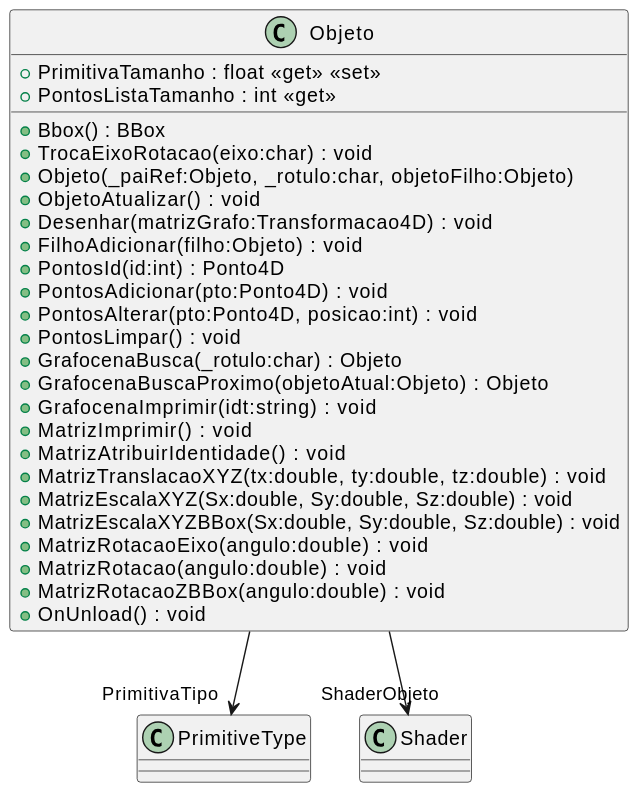
This is Unidade3/CG_N3_Exemplo/svg/plantuml/Objeto.svg from dalton-reis/CG_2024_1, a PlantUML export, as it was before one commit.
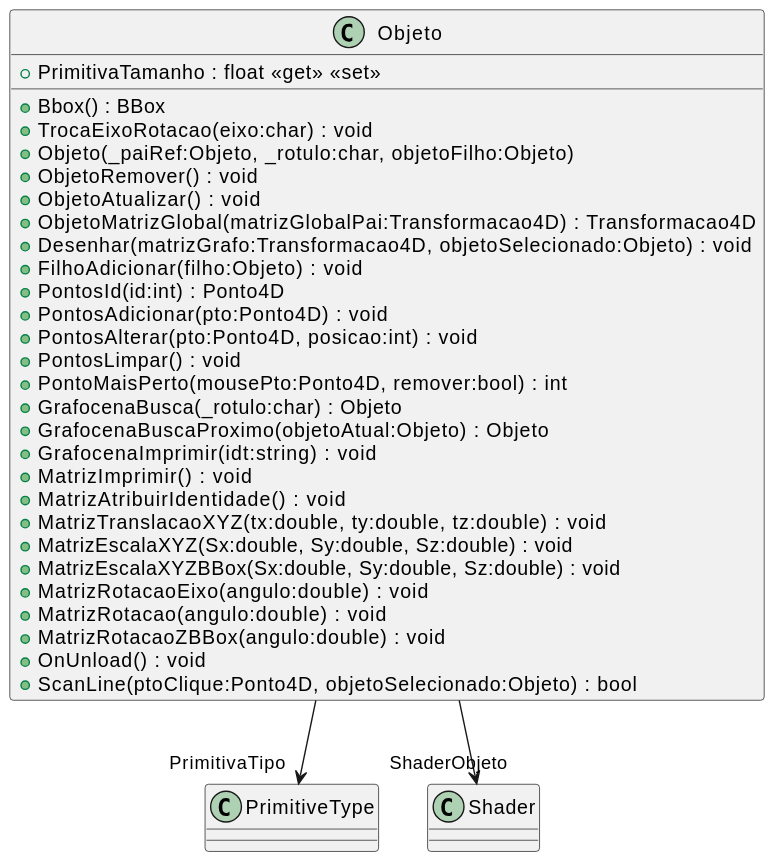
The same file after the commit.

Diff of the diagram source:
```diff
@@ -1,17 +1,19 @@
 @startuml
 class Objeto {
     + PrimitivaTamanho : float <<get>> <<set>>
-    + PontosListaTamanho : int <<get>>
     + Bbox() : BBox
     + TrocaEixoRotacao(eixo:char) : void
     + Objeto(_paiRef:Objeto, _rotulo:char, objetoFilho:Objeto)
+    + ObjetoRemover() : void
     + ObjetoAtualizar() : void
-    + Desenhar(matrizGrafo:Transformacao4D) : void
+    + ObjetoMatrizGlobal(matrizGlobalPai:Transformacao4D) : Transformacao4D
+    + Desenhar(matrizGrafo:Transformacao4D, objetoSelecionado:Objeto) : void
     + FilhoAdicionar(filho:Objeto) : void
     + PontosId(id:int) : Ponto4D
     + PontosAdicionar(pto:Ponto4D) : void
     + PontosAlterar(pto:Ponto4D, posicao:int) : void
     + PontosLimpar() : void
+    + PontoMaisPerto(mousePto:Ponto4D, remover:bool) : int
     + GrafocenaBusca(_rotulo:char) : Objeto
     + GrafocenaBuscaProximo(objetoAtual:Objeto) : Objeto
     + GrafocenaImprimir(idt:string) : void
@@ -24,6 +26,7 @@
     + MatrizRotacao(angulo:double) : void
     + MatrizRotacaoZBBox(angulo:double) : void
     + OnUnload() : void
+    + ScanLine(ptoClique:Ponto4D, objetoSelecionado:Objeto) : bool
 }
 Objeto --> "PrimitivaTipo" PrimitiveType
 Objeto --> "ShaderObjeto" Shader
```
